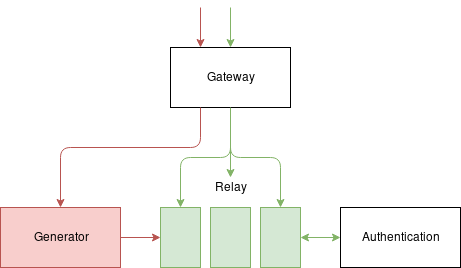
Before: img/architecture.png, a diagram exported from draw.io (JurajKubrican/dp_thesis). Source tidied: cells renumbered, new cells last; positions are measured from the earlier drawing's top-left corner, leaving out a move shared by most shapes.
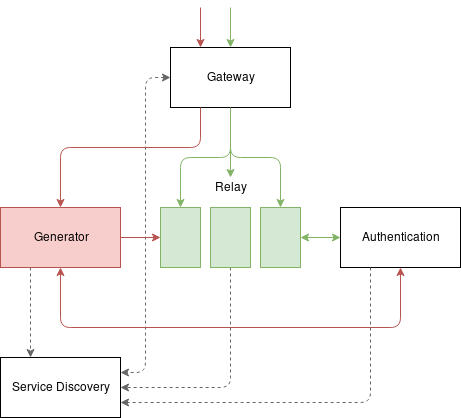
Above is the later version.

The edit, as a diff of the source:
```diff
@@ -8,15 +8,33 @@
     <mxCell id="3" style="edgeStyle=orthogonalEdgeStyle;rounded=1;jettySize=auto;html=1;entryX=0.5;entryY=0;entryDx=0;entryDy=0;fillColor=#d5e8d4;strokeColor=#82b366;" parent="1" edge="1" source="4" target="9">
       <mxGeometry relative="1" as="geometry" />
     </mxCell>
+    <mxCell id="17" style="edgeStyle=orthogonalEdgeStyle;rounded=1;jettySize=auto;html=1;startArrow=classic;startFill=1;entryX=1;entryY=0.25;entryDx=0;entryDy=0;fillColor=#f5f5f5;strokeColor=#666666;dashed=1;" parent="1" edge="1" source="4" target="20">
+      <mxGeometry relative="1" as="geometry" />
+    </mxCell>
     <mxCell id="4" value="&lt;div&gt;Gateway&lt;/div&gt;" style="rounded=0;whiteSpace=wrap;html=1;" parent="1" vertex="1">
       <mxGeometry x="170" y="40" width="120" height="60" as="geometry" />
     </mxCell>
     <mxCell id="5" style="edgeStyle=orthogonalEdgeStyle;rounded=1;jettySize=auto;html=1;fillColor=#f8cecc;strokeColor=#b85450;" parent="1" edge="1" source="6" target="7">
       <mxGeometry relative="1" as="geometry" />
     </mxCell>
+    <mxCell id="18" style="edgeStyle=orthogonalEdgeStyle;rounded=1;jettySize=auto;html=1;entryX=0.5;entryY=1;entryDx=0;entryDy=0;fillColor=#f8cecc;strokeColor=#b85450;startArrow=classic;startFill=1;" parent="1" edge="1" source="6" target="11">
+      <mxGeometry relative="1" as="geometry">
+        <Array as="points">
+          <mxPoint x="60" y="320" />
+          <mxPoint x="400" y="320" />
+        </Array>
+      </mxGeometry>
+    </mxCell>
     <mxCell id="6" value="Generator" style="rounded=0;whiteSpace=wrap;html=1;fillColor=#f8cecc;strokeColor=#b85450;" parent="1" vertex="1">
       <mxGeometry y="200" width="120" height="60" as="geometry" />
     </mxCell>
+    <mxCell id="19" style="edgeStyle=orthogonalEdgeStyle;rounded=1;jettySize=auto;html=1;startArrow=none;startFill=0;entryX=1;entryY=0.5;entryDx=0;entryDy=0;fillColor=#f5f5f5;strokeColor=#666666;dashed=1;" parent="1" edge="1" source="8" target="20">
+      <mxGeometry relative="1" as="geometry">
+        <Array as="points">
+          <mxPoint x="230" y="380" />
+        </Array>
+      </mxGeometry>
+    </mxCell>
     <mxCell id="7" style="rounded=0;whiteSpace=wrap;html=1;fillColor=#d5e8d4;strokeColor=#82b366;" parent="1" vertex="1">
       <mxGeometry x="160" y="200" width="40" height="60" as="geometry" />
     </mxCell>
@@ -50,7 +68,20 @@
         <mxPoint x="200" as="sourcePoint" />
       </mxGeometry>
     </mxCell>
+    <mxCell id="20" value="Service Discovery" style="rounded=0;whiteSpace=wrap;html=1;" parent="1" vertex="1">
+      <mxGeometry y="350" width="120" height="60" as="geometry" />
+    </mxCell>
+    <mxCell id="21" style="endArrow=classic;html=1;exitX=0.25;exitY=1;exitDx=0;exitDy=0;entryX=0.25;entryY=0;entryDx=0;entryDy=0;fillColor=#f5f5f5;strokeColor=#666666;dashed=1;" parent="1" edge="1" source="6" target="20">
+      <mxGeometry relative="1" as="geometry" />
+    </mxCell>
+    <mxCell id="22" style="edgeStyle=orthogonalEdgeStyle;rounded=1;jettySize=auto;html=1;startArrow=none;startFill=0;entryX=1;entryY=0.75;entryDx=0;entryDy=0;exitX=0.25;exitY=1;exitDx=0;exitDy=0;fillColor=#f5f5f5;strokeColor=#666666;dashed=1;" parent="1" edge="1" source="11" target="20">
+      <mxGeometry relative="1" as="geometry">
+        <Array as="points">
+          <mxPoint x="370" y="395" />
+        </Array>
+      </mxGeometry>
+    </mxCell>
-    <mxCell id="15" value="Relay" style="text;html=1;strokeColor=none;fillColor=none;align=center;verticalAlign=middle;whiteSpace=wrap;rounded=0;" parent="1" vertex="1">
+    <mxCell id="15" value="&lt;div&gt;Relay&lt;/div&gt;" style="text;html=1;strokeColor=none;fillColor=none;align=center;verticalAlign=middle;whiteSpace=wrap;rounded=0;" parent="1" vertex="1">
       <mxGeometry x="210" y="170" width="40" height="20" as="geometry" />
     </mxCell>
     <mxCell id="16" style="edgeStyle=orthogonalEdgeStyle;rounded=1;jettySize=auto;html=1;exitX=0.5;exitY=1;exitDx=0;exitDy=0;entryX=0.5;entryY=0;entryDx=0;entryDy=0;fillColor=#d5e8d4;strokeColor=#82b366;" parent="1" edge="1" source="4" target="15">
```
